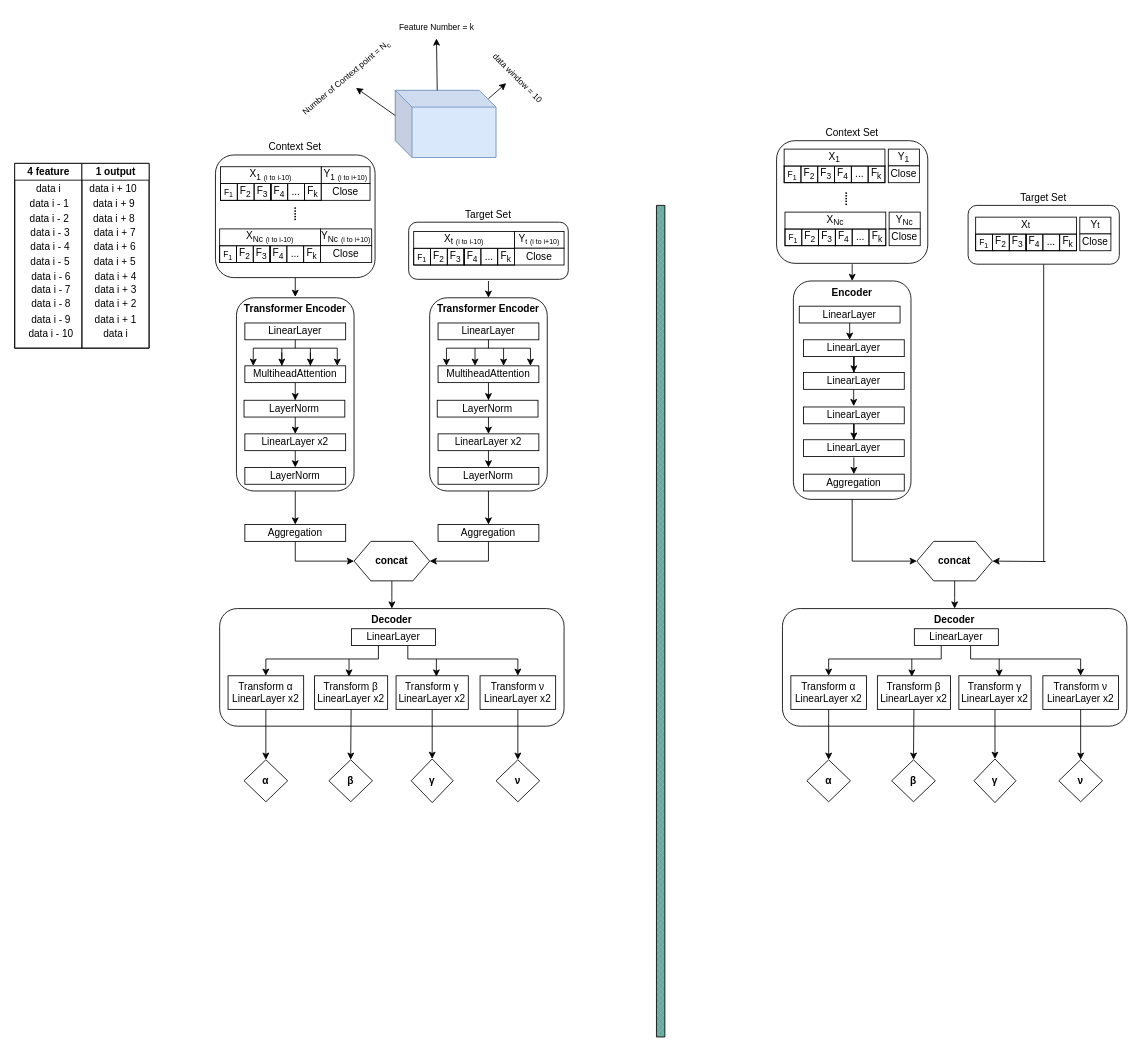
Earlier version of the draw.io diagram CNP-model-save-name/Untitled Diagram.drawio (FatemehBehravan/ECNP). Source tidied: cells renumbered, new cells numbered last; positions are measured from the earlier drawing's top-left corner, leaving out a move shared by most shapes. Both pictures are drawn from the tidied source at 84%, with x=0, y=0 at pixel (14, 14).
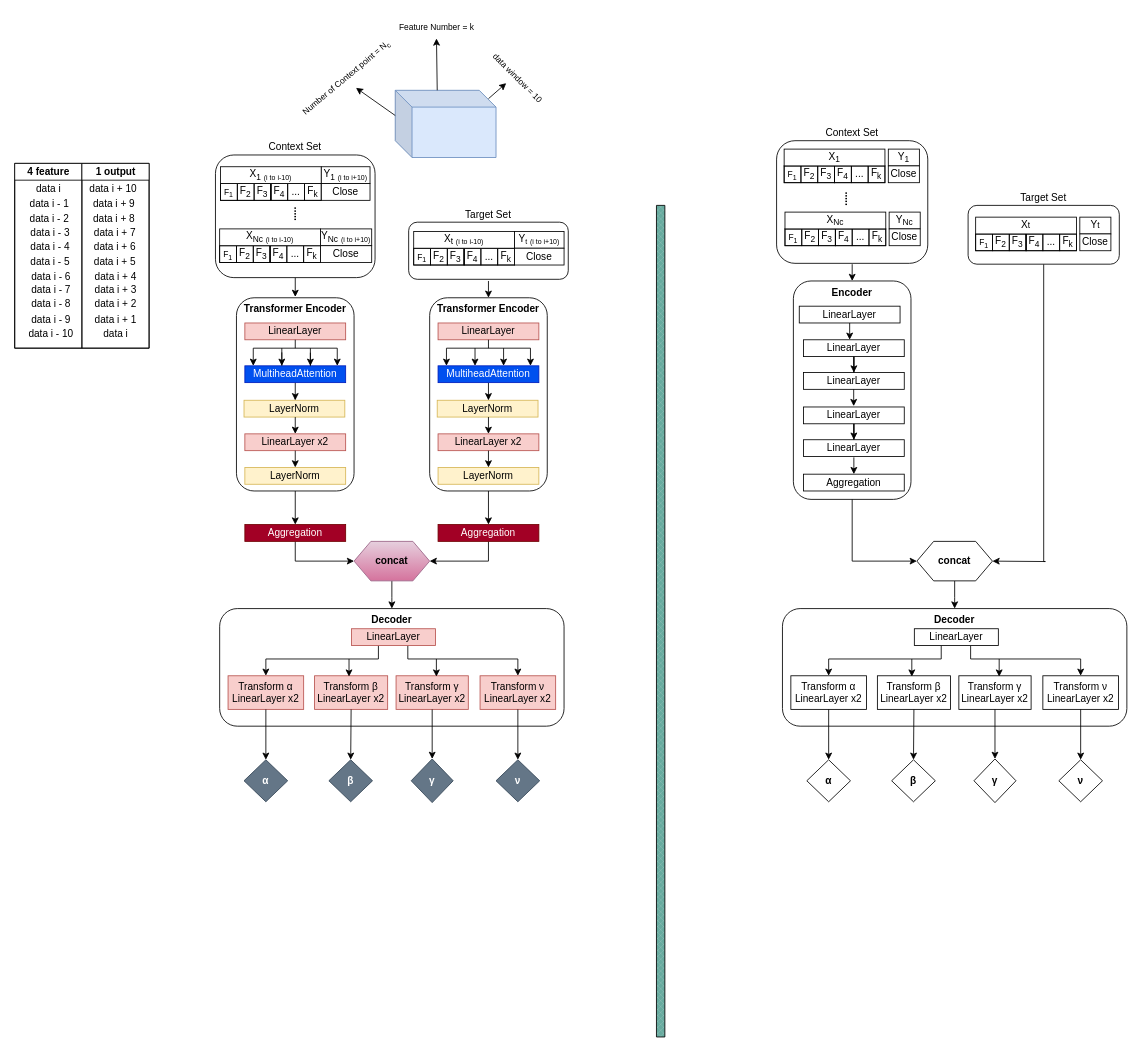
The same diagram, later.

The edit, as a diff of the source:
```diff
@@
-    <mxCell id="8" value="MultiheadAttention" style="rounded=0;whiteSpace=wrap;html=1;" parent="1" vertex="1">
+    <mxCell id="8" value="MultiheadAttention" style="rounded=0;whiteSpace=wrap;html=1;fillColor=#0050ef;strokeColor=#001DBC;fontColor=#ffffff;" parent="1" vertex="1">
       <mxGeometry x="274" y="418" width="120" height="20" as="geometry" />
     </mxCell>
-    <mxCell id="9" value="LinearLayer x2" style="whiteSpace=wrap;html=1;rounded=0;" parent="1" vertex="1">
+    <mxCell id="9" value="LinearLayer x2" style="whiteSpace=wrap;html=1;rounded=0;fillColor=#f8cecc;strokeColor=#b85450;" parent="1" vertex="1">
       <mxGeometry x="274" y="499" width="120" height="20" as="geometry" />
     </mxCell>
-    <mxCell id="10" value="LayerNorm" style="whiteSpace=wrap;html=1;rounded=0;" parent="1" vertex="1">
+    <mxCell id="10" value="LayerNorm" style="whiteSpace=wrap;html=1;rounded=0;fillColor=#fff2cc;strokeColor=#d6b656;" parent="1" vertex="1">
       <mxGeometry x="274" y="539" width="120" height="20" as="geometry" />
     </mxCell>
@@
-    <mxCell id="13" value="&lt;b&gt;concat&lt;/b&gt;" style="shape=hexagon;perimeter=hexagonPerimeter2;whiteSpace=wrap;html=1;fixedSize=1;" parent="1" vertex="1">
+    <mxCell id="13" value="&lt;b&gt;concat&lt;/b&gt;" style="shape=hexagon;perimeter=hexagonPerimeter2;whiteSpace=wrap;html=1;fixedSize=1;fillColor=#e6d0de;gradientColor=#d5739d;strokeColor=#996185;" parent="1" vertex="1">
       <mxGeometry x="404" y="627" width="90" height="47" as="geometry" />
     </mxCell>
@@
-    <mxCell id="16" value="LinearLayer" style="whiteSpace=wrap;html=1;rounded=0;" parent="1" vertex="1">
+    <mxCell id="16" value="LinearLayer" style="whiteSpace=wrap;html=1;rounded=0;fillColor=#f8cecc;strokeColor=#b85450;" parent="1" vertex="1">
       <mxGeometry x="401" y="731" width="100" height="20" as="geometry" />
     </mxCell>
-    <mxCell id="17" value="&lt;div style=&quot;&quot;&gt;&lt;span style=&quot;background-color: transparent; color: light-dark(rgb(0, 0, 0), rgb(255, 255, 255));&quot;&gt;Transform&amp;nbsp;&lt;/span&gt;&lt;span style=&quot;background-color: transparent;&quot;&gt;α&lt;/span&gt;&lt;/div&gt;&lt;span style=&quot;color: rgba(0, 0, 0, 0); font-family: monospace; font-size: 0px; text-wrap-mode: nowrap;&quot;&gt;&lt;span style=&quot;color: rgb(0, 0, 0); font-family: Helvetica; font-size: 12px; text-wrap-mode: wrap;&quot;&gt;LinearLayer x2&lt;/span&gt;%3CmxGraphModel%3E%3Croot%3E%3CmxCell%20id%3D%220%22%2F%3E%3CmxCell%20id%3D%221%22%20parent%3D%220%22%2F%3E%3CmxCell%20id%3D%222%22%20value%3D%22%22%20style%3D%22endArrow%3Dclassic%3Brounded%3D0%3BstrokeWidth%3D1%3BstartSize%3D1%3BendSize%3D1%3BsourcePerimeterSpacing%3D0%3BtargetPerimeterSpacing%3D0%3BexitX%3D0.417%3BexitY%3D0.667%3BexitDx%3D0%3BexitDy%3D0%3BexitPerimeter%3D0%3BverticalAlign%3Dbottom%3Bhtml%3D1%3B%22%20edge%3D%221%22%20parent%3D%221%22%3E%3CmxGeometry%20width%3D%2250%22%20height%3D%2250%22%20relative%3D%221%22%20as%3D%22geometry%22%3E%3CmxPoint%20x%3D%22326%22%20y%3D%22592.02%22%20as%3D%22sourcePoint%22%2F%3E%3CmxPoint%20x%3D%22335.96000000000004%22%20y%3D%22592%22%20as%3D%22targetPoint%22%2F%3E%3CArray%20as%3D%22points%22%2F%3E%3C%2FmxGeometry%3E%3C%2FmxCell%3E%3C%2Froot%3E%3C%2FmxGraphModel%3E&lt;/span&gt;" style="rounded=0;whiteSpace=wrap;html=1;align=center;" parent="1" vertex="1">
+    <mxCell id="17" value="&lt;div style=&quot;&quot;&gt;&lt;span style=&quot;background-color: transparent; color: light-dark(rgb(0, 0, 0), rgb(255, 255, 255));&quot;&gt;Transform&amp;nbsp;&lt;/span&gt;&lt;span style=&quot;background-color: transparent;&quot;&gt;α&lt;/span&gt;&lt;/div&gt;&lt;span style=&quot;color: rgba(0, 0, 0, 0); font-family: monospace; font-size: 0px; text-wrap-mode: nowrap;&quot;&gt;&lt;span style=&quot;color: rgb(0, 0, 0); font-family: Helvetica; font-size: 12px; text-wrap-mode: wrap;&quot;&gt;LinearLayer x2&lt;/span&gt;%3CmxGraphModel%3E%3Croot%3E%3CmxCell%20id%3D%220%22%2F%3E%3CmxCell%20id%3D%221%22%20parent%3D%220%22%2F%3E%3CmxCell%20id%3D%222%22%20value%3D%22%22%20style%3D%22endArrow%3Dclassic%3Brounded%3D0%3BstrokeWidth%3D1%3BstartSize%3D1%3BendSize%3D1%3BsourcePerimeterSpacing%3D0%3BtargetPerimeterSpacing%3D0%3BexitX%3D0.417%3BexitY%3D0.667%3BexitDx%3D0%3BexitDy%3D0%3BexitPerimeter%3D0%3BverticalAlign%3Dbottom%3Bhtml%3D1%3B%22%20edge%3D%221%22%20parent%3D%221%22%3E%3CmxGeometry%20width%3D%2250%22%20height%3D%2250%22%20relative%3D%221%22%20as%3D%22geometry%22%3E%3CmxPoint%20x%3D%22326%22%20y%3D%22592.02%22%20as%3D%22sourcePoint%22%2F%3E%3CmxPoint%20x%3D%22335.96000000000004%22%20y%3D%22592%22%20as%3D%22targetPoint%22%2F%3E%3CArray%20as%3D%22points%22%2F%3E%3C%2FmxGeometry%3E%3C%2FmxCell%3E%3C%2Froot%3E%3C%2FmxGraphModel%3E&lt;/span&gt;" style="rounded=0;whiteSpace=wrap;html=1;align=center;fillColor=#f8cecc;strokeColor=#b85450;" parent="1" vertex="1">
       <mxGeometry x="254" y="787" width="90" height="40" as="geometry" />
     </mxCell>
-    <mxCell id="18" value="&lt;div style=&quot;&quot;&gt;&lt;span style=&quot;background-color: transparent; color: light-dark(rgb(0, 0, 0), rgb(255, 255, 255));&quot;&gt;Transform&amp;nbsp;&lt;/span&gt;&lt;span style=&quot;background-color: transparent;&quot;&gt;β&lt;/span&gt;&lt;/div&gt;LinearLayer x2" style="rounded=0;whiteSpace=wrap;html=1;align=center;" parent="1" vertex="1">
+    <mxCell id="18" value="&lt;div style=&quot;&quot;&gt;&lt;span style=&quot;background-color: transparent; color: light-dark(rgb(0, 0, 0), rgb(255, 255, 255));&quot;&gt;Transform&amp;nbsp;&lt;/span&gt;&lt;span style=&quot;background-color: transparent;&quot;&gt;β&lt;/span&gt;&lt;/div&gt;LinearLayer x2" style="rounded=0;whiteSpace=wrap;html=1;align=center;fillColor=#f8cecc;strokeColor=#b85450;" parent="1" vertex="1">
       <mxGeometry x="357" y="787" width="87" height="40" as="geometry" />
     </mxCell>
-    <mxCell id="19" value="Transform&amp;nbsp;&lt;span style=&quot;&quot;&gt;γ&lt;br&gt;&lt;/span&gt;&lt;span style=&quot;text-wrap-mode: nowrap; color: rgba(0, 0, 0, 0); font-family: monospace; font-size: 0px;&quot;&gt;&lt;span style=&quot;color: rgb(0, 0, 0); font-family: Helvetica; font-size: 12px; text-wrap-mode: wrap;&quot;&gt;LinearLayer x2&lt;/span&gt;%3CmxGraphModel%3E%3Croot%3E%3CmxCell%20id%3D%220%22%2F%3E%3CmxCell%20id%3D%221%22%20parent%3D%220%22%2F%3E%3CmxCell%20id%3D%222%22%20value%3D%22%22%20style%3D%22endArrow%3Dclassic%3Brounded%3D0%3BstrokeWidth%3D1%3BstartSize%3D1%3BendSize%3D1%3BsourcePerimeterSpacing%3D0%3BtargetPerimeterSpacing%3D0%3BexitX%3D0.417%3BexitY%3D0.667%3BexitDx%3D0%3BexitDy%3D0%3BexitPerimeter%3D0%3BverticalAlign%3Dbottom%3Bhtml%3D1%3B%22%20edge%3D%221%22%20parent%3D%221%22%3E%3CmxGeometry%20width%3D%2250%22%20height%3D%2250%22%20relative%3D%221%22%20as%3D%22geometry%22%3E%3CmxPoint%20x%3D%22326%22%20y%3D%22592.02%22%20as%3D%22sourcePoint%22%2F%3E%3CmxPoint%20x%3D%22335.96000000000004%22%20y%3D%22592%22%20as%3D%22targetPoint%22%2F%3E%3CArray%20as%3D%22points%22%2F%3E%3C%2FmxGeometry%3E%3C%2FmxCell%3E%3C%2Froot%3E%3C%2FmxGraphModel%3E&lt;/span&gt;" style="rounded=0;whiteSpace=wrap;html=1;align=center;" parent="1" vertex="1">
+    <mxCell id="19" value="Transform&amp;nbsp;&lt;span style=&quot;&quot;&gt;γ&lt;br&gt;&lt;/span&gt;&lt;span style=&quot;text-wrap-mode: nowrap; color: rgba(0, 0, 0, 0); font-family: monospace; font-size: 0px;&quot;&gt;&lt;span style=&quot;color: rgb(0, 0, 0); font-family: Helvetica; font-size: 12px; text-wrap-mode: wrap;&quot;&gt;LinearLayer x2&lt;/span&gt;%3CmxGraphModel%3E%3Croot%3E%3CmxCell%20id%3D%220%22%2F%3E%3CmxCell%20id%3D%221%22%20parent%3D%220%22%2F%3E%3CmxCell%20id%3D%222%22%20value%3D%22%22%20style%3D%22endArrow%3Dclassic%3Brounded%3D0%3BstrokeWidth%3D1%3BstartSize%3D1%3BendSize%3D1%3BsourcePerimeterSpacing%3D0%3BtargetPerimeterSpacing%3D0%3BexitX%3D0.417%3BexitY%3D0.667%3BexitDx%3D0%3BexitDy%3D0%3BexitPerimeter%3D0%3BverticalAlign%3Dbottom%3Bhtml%3D1%3B%22%20edge%3D%221%22%20parent%3D%221%22%3E%3CmxGeometry%20width%3D%2250%22%20height%3D%2250%22%20relative%3D%221%22%20as%3D%22geometry%22%3E%3CmxPoint%20x%3D%22326%22%20y%3D%22592.02%22%20as%3D%22sourcePoint%22%2F%3E%3CmxPoint%20x%3D%22335.96000000000004%22%20y%3D%22592%22%20as%3D%22targetPoint%22%2F%3E%3CArray%20as%3D%22points%22%2F%3E%3C%2FmxGeometry%3E%3C%2FmxCell%3E%3C%2Froot%3E%3C%2FmxGraphModel%3E&lt;/span&gt;" style="rounded=0;whiteSpace=wrap;html=1;align=center;fillColor=#f8cecc;strokeColor=#b85450;" parent="1" vertex="1">
       <mxGeometry x="454" y="787" width="86" height="40" as="geometry" />
     </mxCell>
-    <mxCell id="20" value="&lt;div style=&quot;&quot;&gt;&lt;span style=&quot;background-color: transparent; color: light-dark(rgb(0, 0, 0), rgb(255, 255, 255));&quot;&gt;Transform&amp;nbsp;&lt;/span&gt;&lt;span style=&quot;background-color: transparent;&quot;&gt;ν&lt;/span&gt;&lt;/div&gt;&lt;span style=&quot;text-wrap-mode: nowrap; color: rgba(0, 0, 0, 0); font-family: monospace; font-size: 0px;&quot;&gt;&lt;span style=&quot;color: rgb(0, 0, 0); font-family: Helvetica; font-size: 12px; text-wrap-mode: wrap;&quot;&gt;LinearLayer x2&lt;/span&gt;%&amp;nbsp; vd3CmxGraphModel%3E%3Croot%3E%3CmxCell%20id%3D%220%22%2F%3E%3CmxCell%20id%3D%221%22%20parent%3D%220%22%2F%3E%3CmxCell%20id%3D%222%22%20value%3D%22%22%20style%3D%22endArrow%3Dclassic%3Brounded%3D0%3BstrokeWidth%3D1%3BstartSize%3D1%3BendSize%3D1%3BsourcePerimeterSpacing%3D0%3BtargetPerimeterSpacing%3D0%3BexitX%3D0.417%3BexitY%3D0.667%3BexitDx%3D0%3BexitDy%3D0%3BexitPerimeter%3D0%3BverticalAlign%3Dbottom%3Bhtml%3D1%3B%22%20edge%3D%221%22%20parent%3D%221%22%3E%3CmxGeometry%20width%3D%2250%22%20height%3D%2250%22%20relative%3D%221%22%20as%3D%22geometry%22%3E%3CmxPoint%20x%3D%22326%22%20y%3D%22592.02%22%20as%3D%22sourcePoint%22%2F%3E%3CmxPoint%20x%3D%22335.96000000000004%22%20y%3D%22592%22%20as%3D%22targetPoint%22%2F%3E%3CArray%20as%3D%22points%22%2F%3E%3C%2FmxGeometry%3E%3C%2FmxCell%3E%3C%2Froot%3E%3C%2FmxGraphModel%3E&lt;/span&gt;" style="rounded=0;whiteSpace=wrap;html=1;align=center;" parent="1" vertex="1">
+    <mxCell id="20" value="&lt;div style=&quot;&quot;&gt;&lt;span style=&quot;background-color: transparent; color: light-dark(rgb(0, 0, 0), rgb(255, 255, 255));&quot;&gt;Transform&amp;nbsp;&lt;/span&gt;&lt;span style=&quot;background-color: transparent;&quot;&gt;ν&lt;/span&gt;&lt;/div&gt;&lt;span style=&quot;text-wrap-mode: nowrap; color: rgba(0, 0, 0, 0); font-family: monospace; font-size: 0px;&quot;&gt;&lt;span style=&quot;color: rgb(0, 0, 0); font-family: Helvetica; font-size: 12px; text-wrap-mode: wrap;&quot;&gt;LinearLayer x2&lt;/span&gt;%&amp;nbsp; vd3CmxGraphModel%3E%3Croot%3E%3CmxCell%20id%3D%220%22%2F%3E%3CmxCell%20id%3D%221%22%20parent%3D%220%22%2F%3E%3CmxCell%20id%3D%222%22%20value%3D%22%22%20style%3D%22endArrow%3Dclassic%3Brounded%3D0%3BstrokeWidth%3D1%3BstartSize%3D1%3BendSize%3D1%3BsourcePerimeterSpacing%3D0%3BtargetPerimeterSpacing%3D0%3BexitX%3D0.417%3BexitY%3D0.667%3BexitDx%3D0%3BexitDy%3D0%3BexitPerimeter%3D0%3BverticalAlign%3Dbottom%3Bhtml%3D1%3B%22%20edge%3D%221%22%20parent%3D%221%22%3E%3CmxGeometry%20width%3D%2250%22%20height%3D%2250%22%20relative%3D%221%22%20as%3D%22geometry%22%3E%3CmxPoint%20x%3D%22326%22%20y%3D%22592.02%22%20as%3D%22sourcePoint%22%2F%3E%3CmxPoint%20x%3D%22335.96000000000004%22%20y%3D%22592%22%20as%3D%22targetPoint%22%2F%3E%3CArray%20as%3D%22points%22%2F%3E%3C%2FmxGeometry%3E%3C%2FmxCell%3E%3C%2Froot%3E%3C%2FmxGraphModel%3E&lt;/span&gt;" style="rounded=0;whiteSpace=wrap;html=1;align=center;fillColor=#f8cecc;strokeColor=#b85450;" parent="1" vertex="1">
       <mxGeometry x="554" y="787" width="90" height="40" as="geometry" />
     </mxCell>
@@
-    <mxCell id="23" value="&lt;span style=&quot;text-align: start;&quot;&gt;&lt;b&gt;α&lt;/b&gt;&lt;/span&gt;" style="rhombus;whiteSpace=wrap;html=1;" parent="1" vertex="1">
+    <mxCell id="23" value="&lt;span style=&quot;text-align: start;&quot;&gt;&lt;b&gt;α&lt;/b&gt;&lt;/span&gt;" style="rhombus;whiteSpace=wrap;html=1;fillColor=#647687;fontColor=#ffffff;strokeColor=#314354;" parent="1" vertex="1">
       <mxGeometry x="273" y="887" width="52" height="50" as="geometry" />
     </mxCell>
-    <mxCell id="24" value="&lt;span style=&quot;text-align: start;&quot;&gt;&lt;b&gt;β&lt;/b&gt;&lt;/span&gt;" style="rhombus;whiteSpace=wrap;html=1;" parent="1" vertex="1">
+    <mxCell id="24" value="&lt;span style=&quot;text-align: start;&quot;&gt;&lt;b&gt;β&lt;/b&gt;&lt;/span&gt;" style="rhombus;whiteSpace=wrap;html=1;fillColor=#647687;fontColor=#ffffff;strokeColor=#314354;" parent="1" vertex="1">
       <mxGeometry x="374" y="887" width="52" height="50" as="geometry" />
     </mxCell>
-    <mxCell id="25" value="&lt;span style=&quot;text-align: start;&quot;&gt;&lt;b&gt;γ&lt;/b&gt;&lt;/span&gt;" style="rhombus;whiteSpace=wrap;html=1;direction=south;" parent="1" vertex="1">
+    <mxCell id="25" value="&lt;span style=&quot;text-align: start;&quot;&gt;&lt;b&gt;γ&lt;/b&gt;&lt;/span&gt;" style="rhombus;whiteSpace=wrap;html=1;direction=south;fillColor=#647687;fontColor=#ffffff;strokeColor=#314354;" parent="1" vertex="1">
       <mxGeometry x="472" y="886" width="50" height="52" as="geometry" />
     </mxCell>
-    <mxCell id="26" value="&lt;span style=&quot;text-align: start;&quot;&gt;&lt;b&gt;ν&lt;/b&gt;&lt;/span&gt;" style="rhombus;whiteSpace=wrap;html=1;" parent="1" vertex="1">
+    <mxCell id="26" value="&lt;span style=&quot;text-align: start;&quot;&gt;&lt;b&gt;ν&lt;/b&gt;&lt;/span&gt;" style="rhombus;whiteSpace=wrap;html=1;fillColor=#647687;fontColor=#ffffff;strokeColor=#314354;" parent="1" vertex="1">
       <mxGeometry x="573" y="887" width="52" height="50" as="geometry" />
     </mxCell>
@@
-    <mxCell id="68" value="Aggregation" style="whiteSpace=wrap;html=1;rounded=0;" parent="1" vertex="1">
+    <mxCell id="68" value="Aggregation" style="whiteSpace=wrap;html=1;rounded=0;fillColor=#a20025;fontColor=#ffffff;strokeColor=#6F0000;" parent="1" vertex="1">
       <mxGeometry x="274" y="607" width="120" height="20" as="geometry" />
     </mxCell>
@@
-    <mxCell id="92" value="LinearLayer" style="whiteSpace=wrap;html=1;rounded=0;" parent="1" vertex="1">
+    <mxCell id="92" value="LinearLayer" style="whiteSpace=wrap;html=1;rounded=0;fillColor=#f8cecc;strokeColor=#b85450;" parent="1" vertex="1">
       <mxGeometry x="274" y="367" width="120" height="20" as="geometry" />
     </mxCell>
@@
-    <mxCell id="186" value="LayerNorm" style="whiteSpace=wrap;html=1;rounded=0;" parent="1" vertex="1">
+    <mxCell id="186" value="LayerNorm" style="whiteSpace=wrap;html=1;rounded=0;fillColor=#fff2cc;strokeColor=#d6b656;" parent="1" vertex="1">
       <mxGeometry x="273" y="459" width="120" height="20" as="geometry" />
     </mxCell>
@@
-    <mxCell id="199" value="MultiheadAttention" style="rounded=0;whiteSpace=wrap;html=1;" parent="1" vertex="1">
+    <mxCell id="199" value="MultiheadAttention" style="rounded=0;whiteSpace=wrap;html=1;fillColor=#0050ef;strokeColor=#001DBC;fontColor=#ffffff;" parent="1" vertex="1">
       <mxGeometry x="504" y="418" width="120" height="20" as="geometry" />
     </mxCell>
-    <mxCell id="200" value="LinearLayer x2" style="whiteSpace=wrap;html=1;rounded=0;" parent="1" vertex="1">
+    <mxCell id="200" value="LinearLayer x2" style="whiteSpace=wrap;html=1;rounded=0;fillColor=#f8cecc;strokeColor=#b85450;" parent="1" vertex="1">
       <mxGeometry x="504" y="499" width="120" height="20" as="geometry" />
     </mxCell>
-    <mxCell id="201" value="LayerNorm" style="whiteSpace=wrap;html=1;rounded=0;" parent="1" vertex="1">
+    <mxCell id="201" value="LayerNorm" style="whiteSpace=wrap;html=1;rounded=0;fillColor=#fff2cc;strokeColor=#d6b656;" parent="1" vertex="1">
       <mxGeometry x="504" y="539" width="120" height="20" as="geometry" />
     </mxCell>
@@
-    <mxCell id="204" value="Aggregation" style="whiteSpace=wrap;html=1;rounded=0;" parent="1" vertex="1">
+    <mxCell id="204" value="Aggregation" style="whiteSpace=wrap;html=1;rounded=0;fillColor=#a20025;fontColor=#ffffff;strokeColor=#6F0000;" parent="1" vertex="1">
       <mxGeometry x="504" y="607" width="120" height="20" as="geometry" />
     </mxCell>
-    <mxCell id="205" value="LinearLayer" style="whiteSpace=wrap;html=1;rounded=0;" parent="1" vertex="1">
+    <mxCell id="205" value="LinearLayer" style="whiteSpace=wrap;html=1;rounded=0;fillColor=#f8cecc;strokeColor=#b85450;" parent="1" vertex="1">
       <mxGeometry x="504" y="367" width="120" height="20" as="geometry" />
     </mxCell>
-    <mxCell id="206" value="LayerNorm" style="whiteSpace=wrap;html=1;rounded=0;" parent="1" vertex="1">
+    <mxCell id="206" value="LayerNorm" style="whiteSpace=wrap;html=1;rounded=0;fillColor=#fff2cc;strokeColor=#d6b656;" parent="1" vertex="1">
       <mxGeometry x="503" y="459" width="120" height="20" as="geometry" />
     </mxCell>
```
